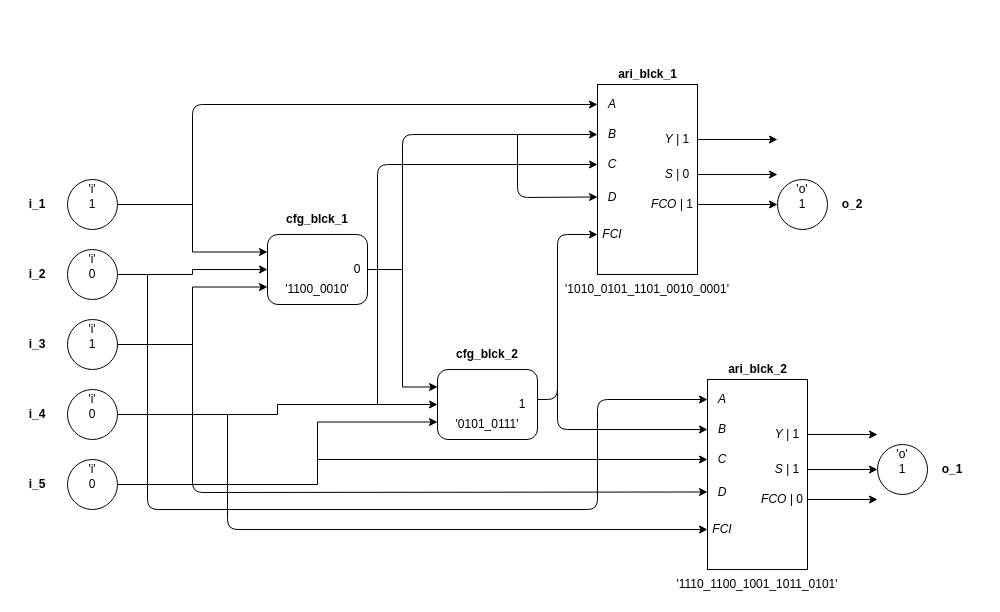
Above: multimedia/example_graph.drawio in Reconfig-Comp/assign_1 (draw.io), before the change. Source tidied: cells renumbered, new cells numbered last; positions are measured from the earlier drawing's top-left corner, leaving out a move shared by most shapes. Both pictures are drawn from the tidied source at 100%, with x=0, y=0 at pixel (17, 64).
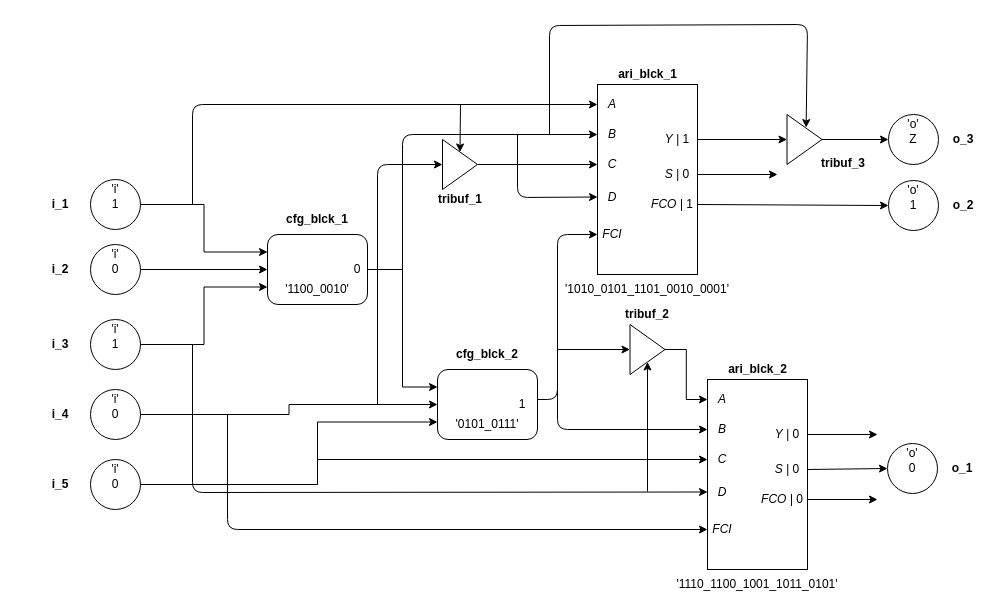
Above is the later version.

Commit message (it also covers changes not shown here):
Added tribuf-logic

The change refers to these unchanged cells:
```xml
<mxCell id="42" value="&lt;i&gt;C&lt;/i&gt;" style="text;html=1;strokeColor=none;fillColor=none;align=center;verticalAlign=middle;whiteSpace=wrap;rounded=0;" parent="38" vertex="1">
  <mxGeometry x="40" y="90" width="30" height="20" as="geometry" />
</mxCell>
<mxCell id="45" value="&lt;i&gt;Y | &lt;/i&gt;1" style="text;html=1;strokeColor=none;fillColor=none;align=center;verticalAlign=middle;whiteSpace=wrap;rounded=0;" parent="38" vertex="1">
  <mxGeometry x="100" y="65" width="40" height="20" as="geometry" />
</mxCell>
<mxCell id="58" style="group;" parent="1" vertex="1">
  <mxGeometry x="650" y="295" width="180" height="235" as="geometry" />
</mxCell>
<mxCell id="60" value="&lt;i&gt;A&lt;/i&gt;" style="text;html=1;strokeColor=none;fillColor=none;align=center;verticalAlign=middle;whiteSpace=wrap;rounded=0;" parent="58" vertex="1">
  <mxGeometry x="40" y="30" width="30" height="20" as="geometry" />
</mxCell>
```

What changed in the source:
```diff
@@
     <mxCell id="2" style="group;" parent="1" vertex="1">
-      <mxGeometry y="115" width="100" height="50" as="geometry" />
+      <mxGeometry x="23" y="115" width="100" height="50" as="geometry" />
     </mxCell>
@@
     <mxCell id="6" style="group;" parent="1" vertex="1">
-      <mxGeometry y="185" width="100" height="50" as="geometry" />
+      <mxGeometry x="23" y="180" width="100" height="50" as="geometry" />
     </mxCell>
@@
     <mxCell id="10" style="group;" parent="1" vertex="1">
-      <mxGeometry y="255" width="100" height="50" as="geometry" />
+      <mxGeometry x="23" y="255" width="100" height="50" as="geometry" />
     </mxCell>
@@
     <mxCell id="14" style="group;" parent="1" vertex="1">
-      <mxGeometry y="325" width="100" height="50" as="geometry" />
+      <mxGeometry x="23" y="325" width="100" height="50" as="geometry" />
     </mxCell>
@@
     <mxCell id="18" style="group;" parent="1" vertex="1">
-      <mxGeometry y="395" width="100" height="50" as="geometry" />
+      <mxGeometry x="23" y="395" width="100" height="50" as="geometry" />
     </mxCell>
@@
-    <mxCell id="52" style="endArrow=classic;html=1;entryX=0;entryY=0.5;entryDx=0;entryDy=0;" parent="1" edge="1" target="42">
-      <mxGeometry relative="1" as="geometry">
-        <mxPoint x="360" y="340" as="sourcePoint" />
-        <Array as="points">
-          <mxPoint x="360" y="100" />
-        </Array>
-      </mxGeometry>
+    <mxCell id="52" style="endArrow=classic;html=1;entryX=0;entryY=0.5;entryDx=0;entryDy=0;exitX=1;exitY=0.5;exitDx=0;exitDy=0;" parent="1" edge="1" source="89" target="42">
+      <mxGeometry relative="1" as="geometry" />
     </mxCell>
@@
-    <mxCell id="55" style="endArrow=classic;html=1;exitX=1;exitY=0.5;exitDx=0;exitDy=0;" parent="1" edge="1" source="45">
-      <mxGeometry relative="1" as="geometry">
-        <mxPoint x="760" y="75" as="targetPoint" />
-      </mxGeometry>
+    <mxCell id="55" style="endArrow=classic;html=1;exitX=1;exitY=0.5;exitDx=0;exitDy=0;entryX=0;entryY=0.5;entryDx=0;entryDy=0;" parent="1" edge="1" source="45" target="99">
+      <mxGeometry relative="1" as="geometry" />
     </mxCell>
@@
-    <mxCell id="65" value="&lt;i&gt;Y | &lt;/i&gt;1" style="text;html=1;strokeColor=none;fillColor=none;align=center;verticalAlign=middle;whiteSpace=wrap;rounded=0;" parent="58" vertex="1">
+    <mxCell id="65" value="&lt;i&gt;Y | &lt;/i&gt;0" style="text;html=1;strokeColor=none;fillColor=none;align=center;verticalAlign=middle;whiteSpace=wrap;rounded=0;" parent="58" vertex="1">
       <mxGeometry x="100" y="65" width="40" height="20" as="geometry" />
     </mxCell>
-    <mxCell id="66" value="&lt;i&gt;S | &lt;/i&gt;1" style="text;html=1;strokeColor=none;fillColor=none;align=center;verticalAlign=middle;whiteSpace=wrap;rounded=0;" parent="58" vertex="1">
+    <mxCell id="66" value="&lt;i&gt;S | &lt;/i&gt;0" style="text;html=1;strokeColor=none;fillColor=none;align=center;verticalAlign=middle;whiteSpace=wrap;rounded=0;" parent="58" vertex="1">
       <mxGeometry x="100" y="100" width="40" height="20" as="geometry" />
     </mxCell>
@@
-    <mxCell id="70" style="endArrow=classic;html=1;entryX=0;entryY=0.5;entryDx=0;entryDy=0;" parent="1" edge="1" target="60">
-      <mxGeometry relative="1" as="geometry">
-        <mxPoint x="130" y="210" as="sourcePoint" />
-        <Array as="points">
-          <mxPoint x="130" y="445" />
-          <mxPoint x="580" y="445" />
-          <mxPoint x="580" y="335" />
-        </Array>
-      </mxGeometry>
-    </mxCell>
@@
     <mxCell id="78" style="group;" parent="1" vertex="1">
-      <mxGeometry x="760" y="115" width="95" height="50" as="geometry" />
+      <mxGeometry x="871" y="116" width="95" height="50" as="geometry" />
     </mxCell>
@@
     <mxCell id="82" style="group;" parent="1" vertex="1">
-      <mxGeometry x="860" y="380" width="95" height="50" as="geometry" />
+      <mxGeometry x="870" y="379" width="95" height="50" as="geometry" />
     </mxCell>
-    <mxCell id="83" value="1" style="ellipse;whiteSpace=wrap;html=1;" parent="82" vertex="1">
+    <mxCell id="83" value="0" style="ellipse;whiteSpace=wrap;html=1;" parent="82" vertex="1">
       <mxGeometry width="50" height="50" as="geometry" />
     </mxCell>
@@
+    <mxCell id="86" style="endArrow=classic;html=1;entryX=0;entryY=0.5;entryDx=0;entryDy=0;" parent="1" edge="1" target="89">
+      <mxGeometry relative="1" as="geometry">
+        <mxPoint x="360" y="340" as="sourcePoint" />
+        <Array as="points">
+          <mxPoint x="360" y="100" />
+        </Array>
+      </mxGeometry>
+    </mxCell>
+    <mxCell id="87" style="endArrow=classic;html=1;entryX=0.5;entryY=0;entryDx=0;entryDy=0;" parent="1" edge="1" target="89">
+      <mxGeometry relative="1" as="geometry">
+        <mxPoint x="443" y="40" as="sourcePoint" />
+      </mxGeometry>
+    </mxCell>
+    <mxCell id="88" style="group;" parent="1" vertex="1">
+      <mxGeometry x="402.5" y="75" width="80" height="70" as="geometry" />
+    </mxCell>
+    <mxCell id="89" style="triangle;whiteSpace=wrap;html=1;" parent="88" vertex="1">
+      <mxGeometry x="22.5" width="35" height="50" as="geometry" />
+    </mxCell>
+    <mxCell id="90" value="&lt;b&gt;tribuf_1&lt;/b&gt;" style="text;html=1;strokeColor=none;fillColor=none;align=center;verticalAlign=middle;whiteSpace=wrap;rounded=0;" parent="88" vertex="1">
+      <mxGeometry y="50" width="80" height="20" as="geometry" />
+    </mxCell>
+    <mxCell id="91" style="group;" parent="1" vertex="1">
+      <mxGeometry x="590" y="240" width="80" height="70" as="geometry" />
+    </mxCell>
+    <mxCell id="92" value="&lt;b&gt;tribuf_2&lt;/b&gt;" style="text;html=1;strokeColor=none;fillColor=none;align=center;verticalAlign=middle;whiteSpace=wrap;rounded=0;" parent="91" vertex="1">
+      <mxGeometry width="80" height="20" as="geometry" />
+    </mxCell>
+    <mxCell id="93" style="triangle;whiteSpace=wrap;html=1;" parent="91" vertex="1">
+      <mxGeometry x="22.5" y="20" width="35" height="50" as="geometry" />
+    </mxCell>
+    <mxCell id="94" style="endArrow=classic;html=1;entryX=0.5;entryY=1;entryDx=0;entryDy=0;" parent="1" edge="1" target="93">
+      <mxGeometry relative="1" as="geometry">
+        <mxPoint x="630" y="427" as="sourcePoint" />
+      </mxGeometry>
+    </mxCell>
+    <mxCell id="95" style="endArrow=classic;html=1;entryX=0;entryY=0.5;entryDx=0;entryDy=0;" parent="1" edge="1" target="93">
+      <mxGeometry relative="1" as="geometry">
+        <mxPoint x="540" y="285" as="sourcePoint" />
+      </mxGeometry>
+    </mxCell>
+    <mxCell id="96" style="edgeStyle=orthogonalEdgeStyle;rounded=0;jettySize=auto;html=1;exitX=1;exitY=0.5;exitDx=0;exitDy=0;entryX=0;entryY=0.5;entryDx=0;entryDy=0;" parent="1" edge="1" source="93" target="60">
+      <mxGeometry relative="1" as="geometry" />
+    </mxCell>
+    <mxCell id="97" style="group;" parent="1" vertex="1">
+      <mxGeometry x="769.5" y="50" width="96.5" height="59" as="geometry" />
+    </mxCell>
+    <mxCell id="98" value="&lt;b&gt;tribuf_3&lt;/b&gt;" style="text;html=1;strokeColor=none;fillColor=none;align=center;verticalAlign=middle;whiteSpace=wrap;rounded=0;" parent="97" vertex="1">
+      <mxGeometry x="16.5" y="39" width="80" height="20" as="geometry" />
+    </mxCell>
+    <mxCell id="99" style="triangle;whiteSpace=wrap;html=1;" parent="97" vertex="1">
+      <mxGeometry width="35" height="50" as="geometry" />
+    </mxCell>
+    <mxCell id="100" style="endArrow=classic;html=1;entryX=0.547;entryY=0.261;entryDx=0;entryDy=0;entryPerimeter=0;" parent="1" edge="1" target="99">
+      <mxGeometry relative="1" as="geometry">
+        <mxPoint x="532" y="70" as="sourcePoint" />
+        <Array as="points">
+          <mxPoint x="532" y="-39" />
+          <mxPoint x="790" y="-40" />
+        </Array>
+      </mxGeometry>
+    </mxCell>
+    <mxCell id="101" style="group;" parent="1" vertex="1">
+      <mxGeometry x="871" y="50" width="95" height="50" as="geometry" />
+    </mxCell>
+    <mxCell id="102" value="Z" style="ellipse;whiteSpace=wrap;html=1;" parent="101" vertex="1">
+      <mxGeometry width="50" height="50" as="geometry" />
+    </mxCell>
+    <mxCell id="103" value="'o'" style="text;html=1;strokeColor=none;fillColor=none;align=center;verticalAlign=middle;whiteSpace=wrap;rounded=0;" parent="101" vertex="1">
+      <mxGeometry x="5" width="40" height="20" as="geometry" />
+    </mxCell>
+    <mxCell id="104" value="&lt;b&gt;o_3&lt;/b&gt;" style="text;html=1;strokeColor=none;fillColor=none;align=center;verticalAlign=middle;whiteSpace=wrap;rounded=0;" parent="101" vertex="1">
+      <mxGeometry x="55" y="15" width="40" height="20" as="geometry" />
+    </mxCell>
+    <mxCell id="105" style="edgeStyle=orthogonalEdgeStyle;rounded=0;jettySize=auto;html=1;" parent="1" edge="1" source="99" target="102">
+      <mxGeometry relative="1" as="geometry" />
+    </mxCell>
```
